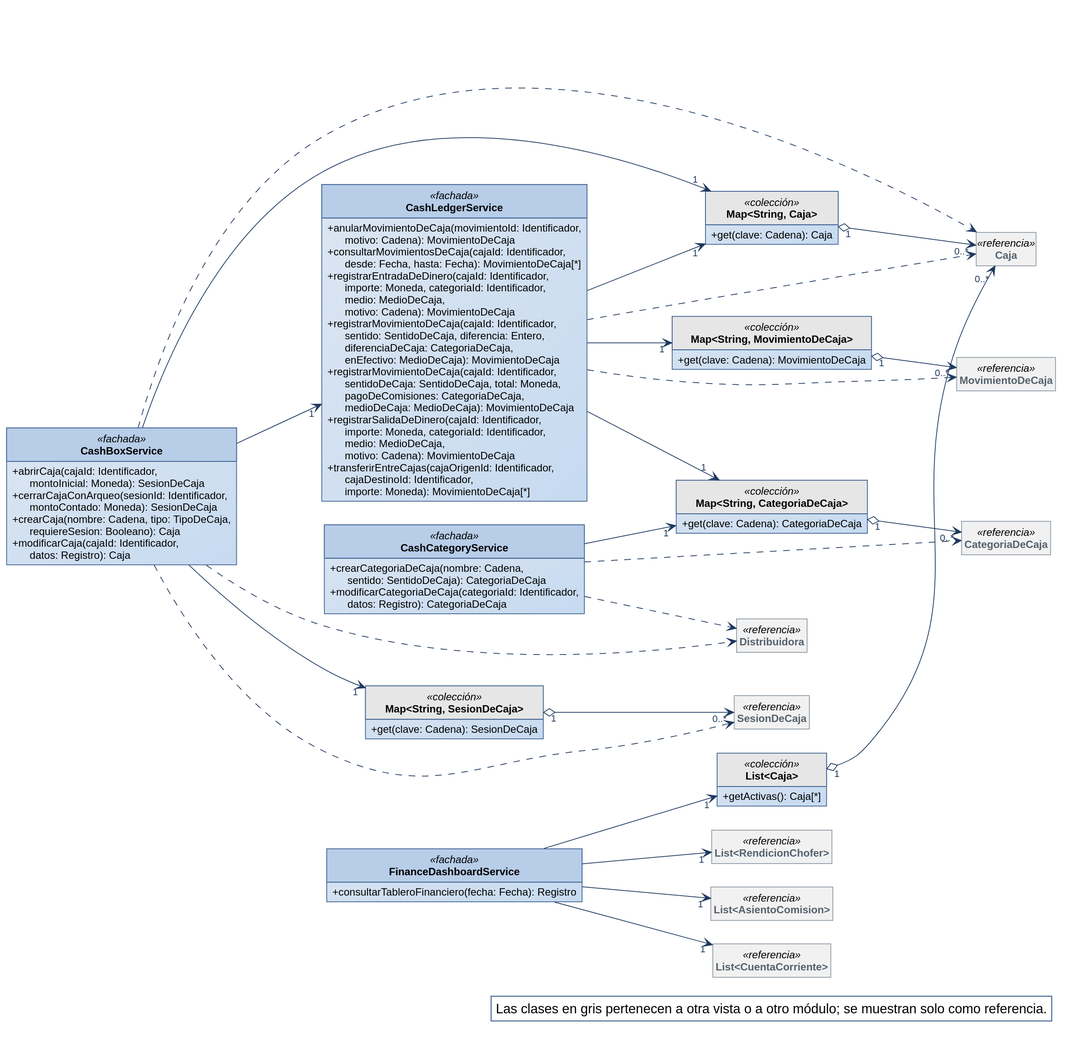
Nahuelito-Dev/splg-docs keeps this PlantUML diagram as diagramas/clases-diseno/DC_Mod_Caja.svg. Above is the earlier version. The source it was exported from:
```plantuml
@startuml
!include ../estilo-vp.iuml
skinparam nodesep 40
skinparam ranksep 55
skinparam genericDisplay old
skinparam class<<referencia>> {
  BackgroundColor #F1F1F1
  BorderColor #8A97A3
  FontColor #55616C
}
skinparam class<<fachada>> {
  HeaderBackgroundColor #B7CDE8
}
skinparam class<<controlador>> {
  HeaderBackgroundColor #B7CDE8
}
skinparam class<<fabricación pura>> {
  HeaderBackgroundColor #E4ECF6
}
skinparam class<<colección>> {
  HeaderBackgroundColor #E6E6E6
}
skinparam class<<adaptador>> {
  HeaderBackgroundColor #D5E3F3
}
skinparam packageStyle rectangle
hide circle
hide empty members

left to right direction
skinparam nodesep 25
skinparam ranksep 90
class CashBoxService <<fachada>> {
  + abrirCaja(cajaId: Identificador,\n      montoInicial: Moneda): SesionDeCaja
  + cerrarCajaConArqueo(sesionId: Identificador,\n      montoContado: Moneda): SesionDeCaja
  + crearCaja(nombre: Cadena, tipo: TipoDeCaja,\n      requiereSesion: Booleano): Caja
  + modificarCaja(cajaId: Identificador,\n      datos: Registro): Caja
}
class CashLedgerService <<fachada>> {
  + anularMovimientoDeCaja(movimientoId: Identificador,\n      motivo: Cadena): MovimientoDeCaja
  + consultarMovimientosDeCaja(cajaId: Identificador,\n      desde: Fecha, hasta: Fecha): MovimientoDeCaja[*]
  + registrarEntradaDeDinero(cajaId: Identificador,\n      importe: Moneda, categoriaId: Identificador,\n      medio: MedioDeCaja,\n      motivo: Cadena): MovimientoDeCaja
  + registrarMovimientoDeCaja(cajaId: Identificador,\n      sentido: SentidoDeCaja, diferencia: Entero,\n      diferenciaDeCaja: CategoriaDeCaja,\n      enEfectivo: MedioDeCaja): MovimientoDeCaja
  + registrarMovimientoDeCaja(cajaId: Identificador,\n      sentidoDeCaja: SentidoDeCaja, total: Moneda,\n      pagoDeComisiones: CategoriaDeCaja,\n      medioDeCaja: MedioDeCaja): MovimientoDeCaja
  + registrarSalidaDeDinero(cajaId: Identificador,\n      importe: Moneda, categoriaId: Identificador,\n      medio: MedioDeCaja,\n      motivo: Cadena): MovimientoDeCaja
  + transferirEntreCajas(cajaOrigenId: Identificador,\n      cajaDestinoId: Identificador,\n      importe: Moneda): MovimientoDeCaja[*]
}
class CashCategoryService <<fachada>> {
  + crearCategoriaDeCaja(nombre: Cadena,\n      sentido: SentidoDeCaja): CategoriaDeCaja
  + modificarCategoriaDeCaja(categoriaId: Identificador,\n      datos: Registro): CategoriaDeCaja
}
class FinanceDashboardService <<fachada>> {
  + consultarTableroFinanciero(fecha: Fecha): Registro
}
class "Map<String, Caja>" as Map_String_Caja <<colección>> {
  + get(clave: Cadena): Caja
}
class "Map<String, SesionDeCaja>" as Map_String_SesionDeCaja <<colección>> {
  + get(clave: Cadena): SesionDeCaja
}
class "Map<String, CategoriaDeCaja>" as Map_String_CategoriaDeCaja <<colección>> {
  + get(clave: Cadena): CategoriaDeCaja
}
class "Map<String, MovimientoDeCaja>" as Map_String_MovimientoDeCaja <<colección>> {
  + get(clave: Cadena): MovimientoDeCaja
}
class "List<Caja>" as List_Caja <<colección>> {
  + getActivas(): Caja[*]
}
class Caja <<referencia>>
class SesionDeCaja <<referencia>>
class CategoriaDeCaja <<referencia>>
class MovimientoDeCaja <<referencia>>
class "List<AsientoComision>" as List_AsientoComision <<referencia>>
class "List<CuentaCorriente>" as List_CuentaCorriente <<referencia>>
class "List<RendicionChofer>" as List_RendicionChofer <<referencia>>
class Distribuidora <<referencia>>

Map_String_Caja "1" o--> "0..*" Caja
Map_String_SesionDeCaja "1" o--> "0..*" SesionDeCaja
Map_String_CategoriaDeCaja "1" o--> "0..*" CategoriaDeCaja
Map_String_MovimientoDeCaja "1" o--> "0..*" MovimientoDeCaja
List_Caja "1" o--> "0..*" Caja
CashBoxService --> "1" CashLedgerService
CashBoxService --> "1" Map_String_Caja
CashBoxService --> "1" Map_String_SesionDeCaja
CashCategoryService --> "1" Map_String_CategoriaDeCaja
CashLedgerService --> "1" Map_String_Caja
CashLedgerService --> "1" Map_String_CategoriaDeCaja
CashLedgerService --> "1" Map_String_MovimientoDeCaja
FinanceDashboardService --> "1" List_AsientoComision
FinanceDashboardService --> "1" List_Caja
FinanceDashboardService --> "1" List_CuentaCorriente
FinanceDashboardService --> "1" List_RendicionChofer
CashBoxService ..> Caja
CashBoxService ..> Distribuidora
CashBoxService ..> SesionDeCaja
CashCategoryService ..> CategoriaDeCaja
CashCategoryService ..> Distribuidora
CashLedgerService ..> Caja
CashLedgerService ..> MovimientoDeCaja

legend bottom right
  Las clases en gris pertenecen a otra vista o a otro módulo; se muestran solo como referencia.
endlegend
@enduml
```
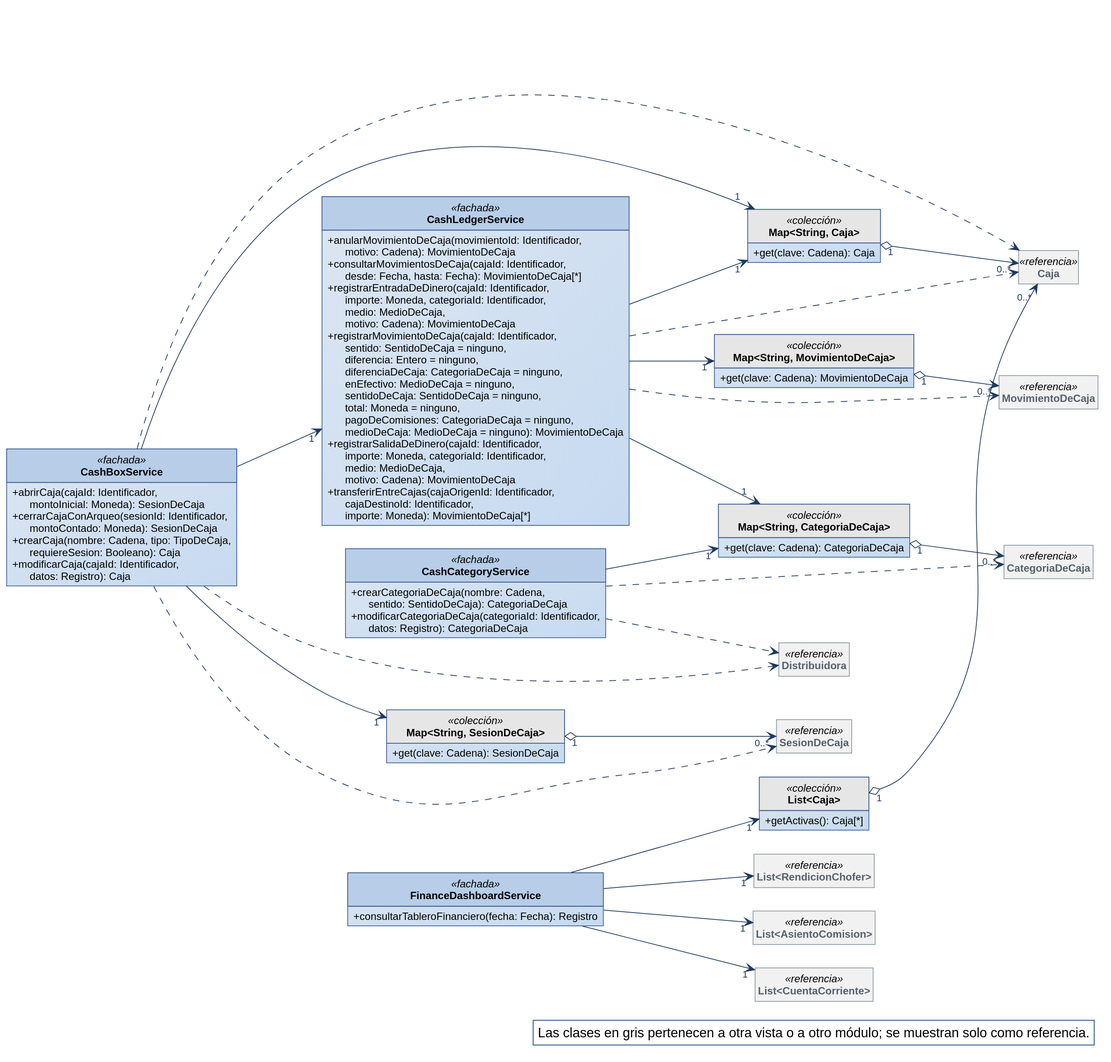
Later version of the same file.

Change to the diagram source:
```diff
@@ -40,8 +40,7 @@
   + anularMovimientoDeCaja(movimientoId: Identificador,\n      motivo: Cadena): MovimientoDeCaja
   + consultarMovimientosDeCaja(cajaId: Identificador,\n      desde: Fecha, hasta: Fecha): MovimientoDeCaja[*]
   + registrarEntradaDeDinero(cajaId: Identificador,\n      importe: Moneda, categoriaId: Identificador,\n      medio: MedioDeCaja,\n      motivo: Cadena): MovimientoDeCaja
-  + registrarMovimientoDeCaja(cajaId: Identificador,\n      sentido: SentidoDeCaja, diferencia: Entero,\n      diferenciaDeCaja: CategoriaDeCaja,\n      enEfectivo: MedioDeCaja): MovimientoDeCaja
-  + registrarMovimientoDeCaja(cajaId: Identificador,\n      sentidoDeCaja: SentidoDeCaja, total: Moneda,\n      pagoDeComisiones: CategoriaDeCaja,\n      medioDeCaja: MedioDeCaja): MovimientoDeCaja
+  + registrarMovimientoDeCaja(cajaId: Identificador,\n      sentido: SentidoDeCaja = ninguno,\n      diferencia: Entero = ninguno,\n      diferenciaDeCaja: CategoriaDeCaja = ninguno,\n      enEfectivo: MedioDeCaja = ninguno,\n      sentidoDeCaja: SentidoDeCaja = ninguno,\n      total: Moneda = ninguno,\n      pagoDeComisiones: CategoriaDeCaja = ninguno,\n      medioDeCaja: MedioDeCaja = ninguno): MovimientoDeCaja
   + registrarSalidaDeDinero(cajaId: Identificador,\n      importe: Moneda, categoriaId: Identificador,\n      medio: MedioDeCaja,\n      motivo: Cadena): MovimientoDeCaja
   + transferirEntreCajas(cajaOrigenId: Identificador,\n      cajaDestinoId: Identificador,\n      importe: Moneda): MovimientoDeCaja[*]
 }
```
